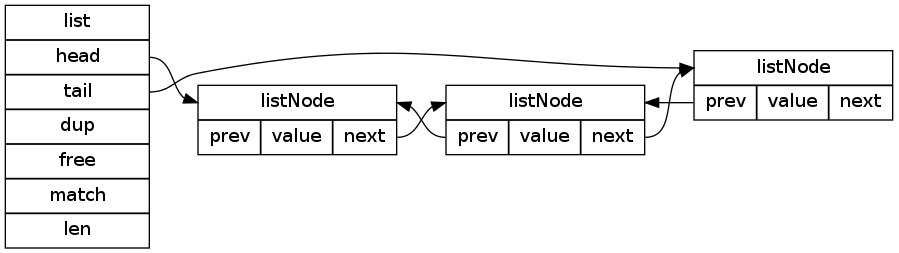
Before: internal-datastruct/image/list_and_list_node.png, a diagram exported from Graphviz (huangzworks/redisbook). Its source is kept beside it as internal-datastruct/image/list_and_list_node.dot.
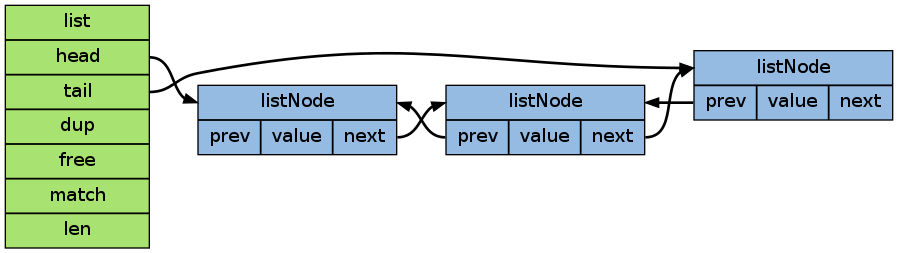
Above is the later version.

Commit message:
修复链表图片

The edit, as a diff of the source:
```diff
@@ -1,8 +1,12 @@
 digraph list_and_list_node {
+
     rankdir=LR;
-    node [shape=record];
 
-    list_node_1 [label = "<head>listNode |{<prev> prev| value|<next> next}"];
+    node [shape=record, style = filled, fillcolor = "#95BBE3"];
+
+    edge [style = bold];
+
+    list_node_1 [label = "<head>listNode |{<prev> prev| value|<next> next}", ];
     list_node_2 [label = "<head>listNode |{<prev> prev| value|<next> next}"];
     list_node_3 [label = "<head>listNode |{<prev> prev| value|<next> next}"];
 
@@ -12,7 +16,7 @@
     list_node_2:prev -> list_node_1:head;
     list_node_3:prev -> list_node_2:head;
 
-    node [width=1.5];
+    node [width=1.5, style = filled, fillcolor = "#A8E270"];
     list [label = "list |<head> head|<tail> tail|<dup> dup|<free> free|<match> match|<len> len"];
 
     list:tail -> list_node_3:head;
```
